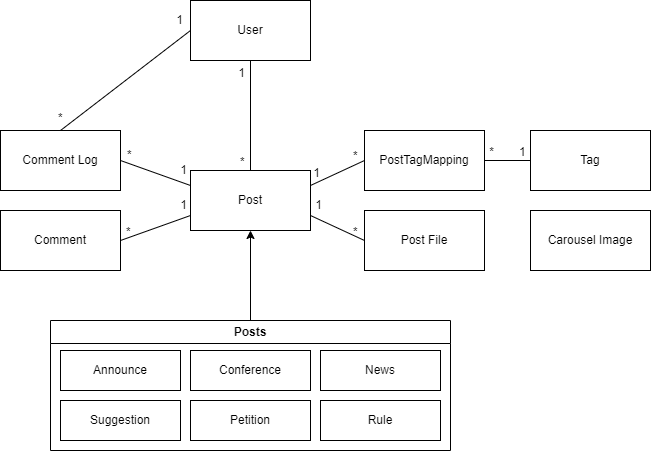
EveryUniv/student-council-homepage-backend keeps this draw.io diagram as docs/images/domain_model.png. Above is the earlier version. Source tidied: cells renumbered, new cells last; positions are measured from the earlier drawing's top-left corner, leaving out a move shared by most shapes.
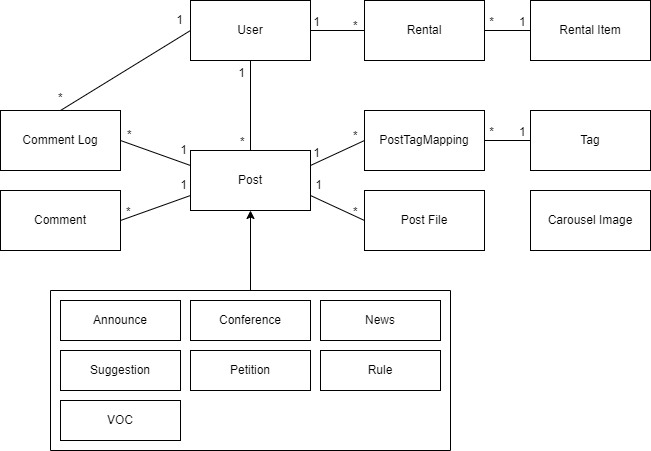
The same diagram one commit later.

Commit message:
docs: erd, domain 모델 수정

The edit, as a diff of the source:
```diff
@@ -9,7 +9,7 @@
       <mxGeometry x="530" y="210" width="120" height="60" as="geometry" />
     </mxCell>
     <mxCell id="4" value="User" style="rounded=0;whiteSpace=wrap;html=1;" parent="1" vertex="1">
-      <mxGeometry x="190" width="120" height="60" as="geometry" />
+      <mxGeometry x="190" y="20" width="120" height="60" as="geometry" />
     </mxCell>
     <mxCell id="5" value="Comment Log" style="rounded=0;whiteSpace=wrap;html=1;" parent="1" vertex="1">
       <mxGeometry y="130" width="120" height="60" as="geometry" />
@@ -72,36 +72,12 @@
         <mxPoint x="-3" y="-7" as="offset" />
       </mxGeometry>
     </mxCell>
-    <mxCell id="20" style="edgeStyle=orthogonalEdgeStyle;rounded=0;jettySize=auto;html=1;exitX=0.5;exitY=0;exitDx=0;exitDy=0;entryX=0.5;entryY=1;entryDx=0;entryDy=0;" parent="1" edge="1" source="29" target="2">
+    <mxCell id="20" style="edgeStyle=orthogonalEdgeStyle;rounded=0;jettySize=auto;html=1;exitX=0.5;exitY=0;exitDx=0;exitDy=0;entryX=0.5;entryY=1;entryDx=0;entryDy=0;" parent="1" edge="1" source="41" target="2">
       <mxGeometry relative="1" as="geometry" />
     </mxCell>
     <mxCell id="21" value="PostTagMapping" style="rounded=0;whiteSpace=wrap;html=1;" parent="1" vertex="1">
       <mxGeometry x="364" y="130" width="120" height="60" as="geometry" />
     </mxCell>
-    <mxCell id="22" style="group;" parent="1" vertex="1">
-      <mxGeometry x="50" y="320" width="400" height="130" as="geometry" />
-    </mxCell>
-    <mxCell id="23" value="Announce" style="rounded=0;whiteSpace=wrap;html=1;" parent="22" vertex="1">
-      <mxGeometry x="10" y="30" width="120" height="40" as="geometry" />
-    </mxCell>
-    <mxCell id="24" value="Conference" style="rounded=0;whiteSpace=wrap;html=1;" parent="22" vertex="1">
-      <mxGeometry x="140" y="30" width="120" height="40" as="geometry" />
-    </mxCell>
-    <mxCell id="25" value="News" style="rounded=0;whiteSpace=wrap;html=1;" parent="22" vertex="1">
-      <mxGeometry x="270" y="30" width="120" height="40" as="geometry" />
-    </mxCell>
-    <mxCell id="26" value="Petition" style="rounded=0;whiteSpace=wrap;html=1;" parent="22" vertex="1">
-      <mxGeometry x="140" y="80" width="120" height="40" as="geometry" />
-    </mxCell>
-    <mxCell id="27" value="Rule" style="rounded=0;whiteSpace=wrap;html=1;" parent="22" vertex="1">
-      <mxGeometry x="270" y="80" width="120" height="40" as="geometry" />
-    </mxCell>
-    <mxCell id="28" value="Suggestion" style="rounded=0;whiteSpace=wrap;html=1;" parent="22" vertex="1">
-      <mxGeometry x="10" y="80" width="120" height="40" as="geometry" />
-    </mxCell>
-    <mxCell id="29" value="Posts" style="swimlane;whiteSpace=wrap;html=1;" parent="22" vertex="1">
-      <mxGeometry width="400" height="130" as="geometry" />
-    </mxCell>
     <mxCell id="30" style="endArrow=none;html=1;rounded=0;entryX=1;entryY=0.25;entryDx=0;entryDy=0;exitX=0;exitY=0.5;exitDx=0;exitDy=0;" parent="1" edge="1" source="21" target="2">
       <mxGeometry relative="1" as="geometry" />
     </mxCell>
@@ -144,5 +120,61 @@
         <mxPoint x="10" as="offset" />
       </mxGeometry>
     </mxCell>
+    <mxCell id="40" value="VOC" style="rounded=0;whiteSpace=wrap;html=1;" parent="1" vertex="1">
+      <mxGeometry x="60" y="420" width="120" height="40" as="geometry" />
+    </mxCell>
+    <mxCell id="23" value="Announce" style="rounded=0;whiteSpace=wrap;html=1;" parent="1" vertex="1">
+      <mxGeometry x="60" y="320" width="120" height="40" as="geometry" />
+    </mxCell>
+    <mxCell id="24" value="Conference" style="rounded=0;whiteSpace=wrap;html=1;" parent="1" vertex="1">
+      <mxGeometry x="190" y="320" width="120" height="40" as="geometry" />
+    </mxCell>
+    <mxCell id="25" value="News" style="rounded=0;whiteSpace=wrap;html=1;" parent="1" vertex="1">
+      <mxGeometry x="320" y="320" width="120" height="40" as="geometry" />
+    </mxCell>
+    <mxCell id="27" value="Rule" style="rounded=0;whiteSpace=wrap;html=1;" parent="1" vertex="1">
+      <mxGeometry x="320" y="370" width="120" height="40" as="geometry" />
+    </mxCell>
+    <mxCell id="26" value="Petition" style="rounded=0;whiteSpace=wrap;html=1;" parent="1" vertex="1">
+      <mxGeometry x="190" y="370" width="120" height="40" as="geometry" />
+    </mxCell>
+    <mxCell id="28" value="Suggestion" style="rounded=0;whiteSpace=wrap;html=1;" parent="1" vertex="1">
+      <mxGeometry x="60" y="370" width="120" height="40" as="geometry" />
+    </mxCell>
+    <mxCell id="41" style="swimlane;startSize=0;" parent="1" vertex="1">
+      <mxGeometry x="50" y="310" width="400" height="160" as="geometry" />
+    </mxCell>
+    <mxCell id="42" value="Rental Item" style="rounded=0;whiteSpace=wrap;html=1;" parent="1" vertex="1">
+      <mxGeometry x="530" y="20" width="120" height="60" as="geometry" />
+    </mxCell>
+    <mxCell id="43" value="Rental" style="rounded=0;whiteSpace=wrap;html=1;" parent="1" vertex="1">
+      <mxGeometry x="364" y="20" width="120" height="60" as="geometry" />
+    </mxCell>
+    <mxCell id="44" style="endArrow=none;html=1;rounded=0;entryX=1;entryY=0.5;entryDx=0;entryDy=0;exitX=0;exitY=0.5;exitDx=0;exitDy=0;" parent="1" edge="1" source="42" target="43">
+      <mxGeometry relative="1" as="geometry" />
+    </mxCell>
+    <mxCell id="45" value="1" style="html=1;align=left;verticalAlign=bottom;" parent="44" vertex="1">
+      <mxGeometry x="-1" relative="1" as="geometry">
+        <mxPoint x="-13" as="offset" />
+      </mxGeometry>
+    </mxCell>
+    <mxCell id="46" value="*" style="html=1;align=right;verticalAlign=bottom;" parent="44" vertex="1">
+      <mxGeometry x="1" relative="1" as="geometry">
+        <mxPoint x="10" as="offset" />
+      </mxGeometry>
+    </mxCell>
+    <mxCell id="47" style="endArrow=none;html=1;rounded=0;entryX=1;entryY=0.5;entryDx=0;entryDy=0;exitX=0;exitY=0.5;exitDx=0;exitDy=0;" parent="1" edge="1" source="43" target="4">
+      <mxGeometry relative="1" as="geometry" />
+    </mxCell>
+    <mxCell id="48" value="*" style="html=1;align=left;verticalAlign=bottom;" parent="47" vertex="1">
+      <mxGeometry x="-1" relative="1" as="geometry">
+        <mxPoint x="-13" y="4" as="offset" />
+      </mxGeometry>
+    </mxCell>
+    <mxCell id="49" value="1" style="html=1;align=right;verticalAlign=bottom;" parent="47" vertex="1">
+      <mxGeometry x="1" relative="1" as="geometry">
+        <mxPoint x="10" as="offset" />
+      </mxGeometry>
+    </mxCell>
   </root>
 </mxGraphModel>
```
